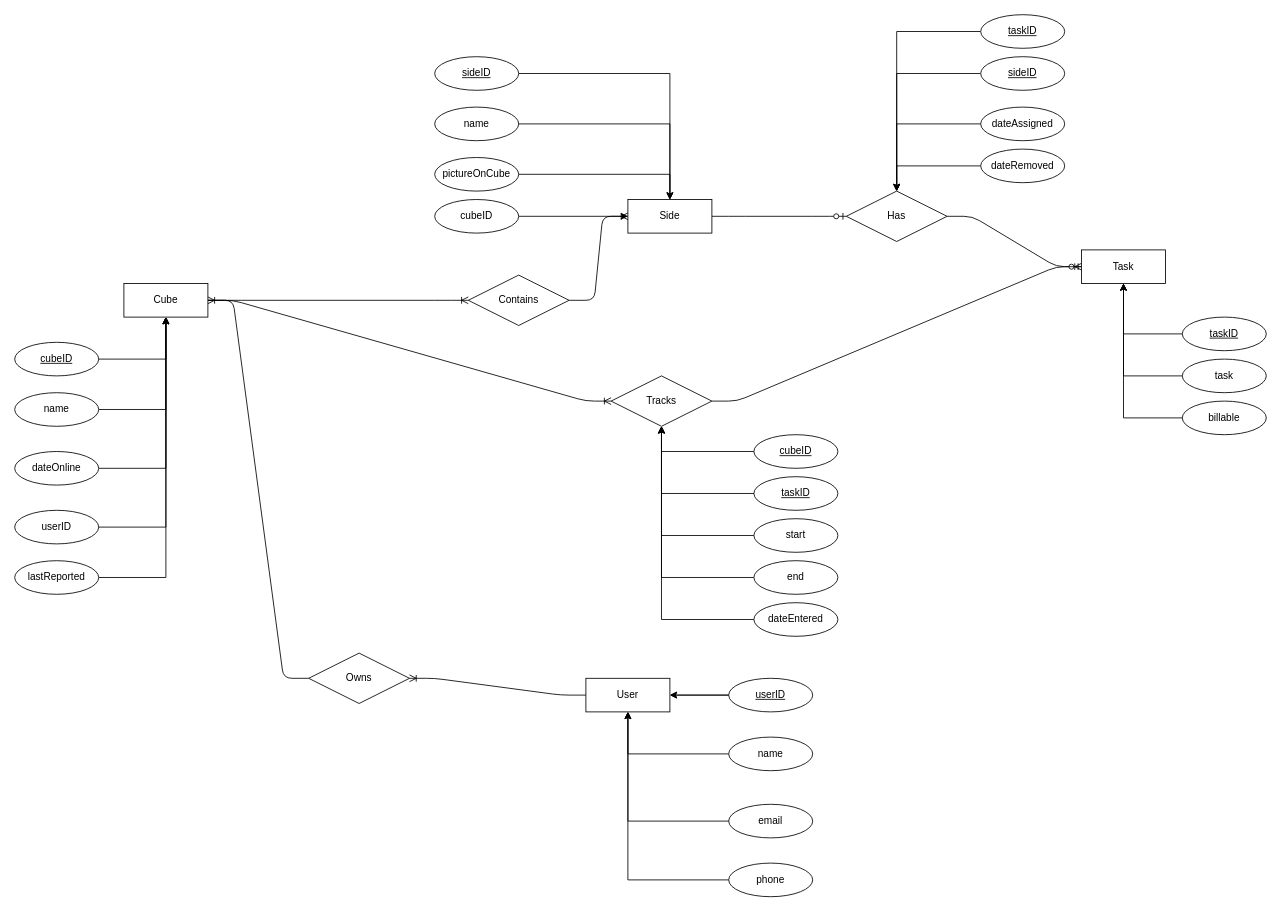
Above: DB Class.drawio in diagonalwalnut/COMP3421 (draw.io), before the change. Source tidied: cells renumbered, new cells numbered last; positions are measured from the earlier drawing's top-left corner, leaving out a move shared by most shapes. Both pictures are drawn from the tidied source at 84%, with x=0, y=0 at pixel (14, 14).
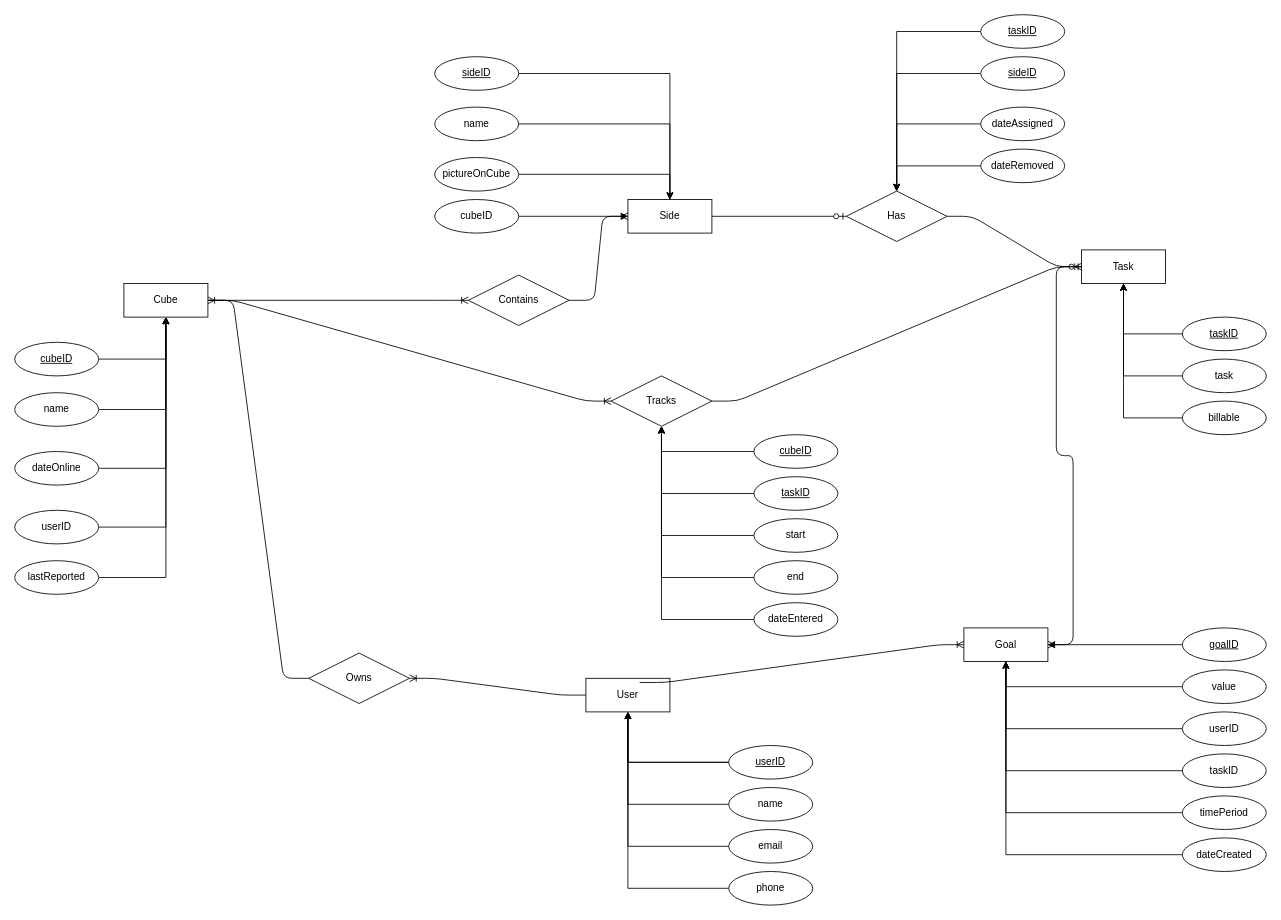
Above is the later version.

The change refers to these unchanged cells:
```xml
<mxCell id="24" value="User" style="whiteSpace=wrap;html=1;align=center;" parent="1" vertex="1">
  <mxGeometry x="680" y="790" width="100" height="40" as="geometry" />
</mxCell>
<mxCell id="25" value="Task" style="whiteSpace=wrap;html=1;align=center;" parent="1" vertex="1">
  <mxGeometry x="1270" y="280" width="100" height="40" as="geometry" />
</mxCell>
```

Diff of the diagram source:
```diff
@@
     <mxCell id="38" value="name" style="ellipse;whiteSpace=wrap;html=1;align=center;" parent="1" vertex="1">
-      <mxGeometry x="850" y="860" width="100" height="40" as="geometry" />
+      <mxGeometry x="850" y="920" width="100" height="40" as="geometry" />
     </mxCell>
@@
     <mxCell id="40" value="email" style="ellipse;whiteSpace=wrap;html=1;align=center;" parent="1" vertex="1">
-      <mxGeometry x="850" y="940" width="100" height="40" as="geometry" />
+      <mxGeometry x="850" y="970" width="100" height="40" as="geometry" />
     </mxCell>
@@
     <mxCell id="42" value="phone" style="ellipse;whiteSpace=wrap;html=1;align=center;" parent="1" vertex="1">
-      <mxGeometry x="850" y="1010" width="100" height="40" as="geometry" />
+      <mxGeometry x="850" y="1020" width="100" height="40" as="geometry" />
     </mxCell>
@@
     <mxCell id="59" value="userID" style="ellipse;whiteSpace=wrap;html=1;align=center;fontStyle=4;" parent="1" vertex="1">
-      <mxGeometry x="850" y="790" width="100" height="40" as="geometry" />
+      <mxGeometry x="850" y="870" width="100" height="40" as="geometry" />
     </mxCell>
@@
+    <mxCell id="69" value="Goal" style="whiteSpace=wrap;html=1;align=center;" parent="1" vertex="1">
+      <mxGeometry x="1130" y="730" width="100" height="40" as="geometry" />
+    </mxCell>
+    <mxCell id="70" style="edgeStyle=orthogonalEdgeStyle;rounded=0;jettySize=auto;html=1;" parent="1" edge="1" source="71" target="69">
+      <mxGeometry relative="1" as="geometry" />
+    </mxCell>
+    <mxCell id="71" value="goalID" style="ellipse;whiteSpace=wrap;html=1;align=center;fontStyle=4;" parent="1" vertex="1">
+      <mxGeometry x="1390" y="730" width="100" height="40" as="geometry" />
+    </mxCell>
+    <mxCell id="72" style="edgeStyle=orthogonalEdgeStyle;rounded=0;jettySize=auto;html=1;" parent="1" edge="1" source="73" target="69">
+      <mxGeometry relative="1" as="geometry" />
+    </mxCell>
+    <mxCell id="73" value="userID" style="ellipse;whiteSpace=wrap;html=1;align=center;" parent="1" vertex="1">
+      <mxGeometry x="1390" y="830" width="100" height="40" as="geometry" />
+    </mxCell>
+    <mxCell id="74" style="edgeStyle=orthogonalEdgeStyle;rounded=0;jettySize=auto;html=1;" parent="1" edge="1" source="75" target="69">
+      <mxGeometry relative="1" as="geometry" />
+    </mxCell>
+    <mxCell id="75" value="taskID" style="ellipse;whiteSpace=wrap;html=1;align=center;" parent="1" vertex="1">
+      <mxGeometry x="1390" y="880" width="100" height="40" as="geometry" />
+    </mxCell>
+    <mxCell id="76" style="edgeStyle=orthogonalEdgeStyle;rounded=0;jettySize=auto;html=1;" parent="1" edge="1" source="77" target="69">
+      <mxGeometry relative="1" as="geometry" />
+    </mxCell>
+    <mxCell id="77" value="timePeriod" style="ellipse;whiteSpace=wrap;html=1;align=center;" parent="1" vertex="1">
+      <mxGeometry x="1390" y="930" width="100" height="40" as="geometry" />
+    </mxCell>
+    <mxCell id="78" style="edgeStyle=orthogonalEdgeStyle;rounded=0;jettySize=auto;html=1;" parent="1" edge="1" source="79" target="69">
+      <mxGeometry relative="1" as="geometry" />
+    </mxCell>
+    <mxCell id="79" value="value" style="ellipse;whiteSpace=wrap;html=1;align=center;" parent="1" vertex="1">
+      <mxGeometry x="1390" y="780" width="100" height="40" as="geometry" />
+    </mxCell>
+    <mxCell id="80" style="edgeStyle=orthogonalEdgeStyle;rounded=0;jettySize=auto;html=1;" parent="1" edge="1" source="81" target="69">
+      <mxGeometry relative="1" as="geometry" />
+    </mxCell>
+    <mxCell id="81" value="dateCreated" style="ellipse;whiteSpace=wrap;html=1;align=center;" parent="1" vertex="1">
+      <mxGeometry x="1390" y="980" width="100" height="40" as="geometry" />
+    </mxCell>
+    <mxCell id="82" style="edgeStyle=entityRelationEdgeStyle;fontSize=12;html=1;endArrow=ERoneToMany;exitX=0.64;exitY=0.125;exitDx=0;exitDy=0;exitPerimeter=0;" parent="1" edge="1" source="24" target="69">
+      <mxGeometry relative="1" as="geometry" />
+    </mxCell>
+    <mxCell id="83" style="edgeStyle=entityRelationEdgeStyle;fontSize=12;html=1;endArrow=ERoneToMany;" parent="1" edge="1" source="25" target="69">
+      <mxGeometry relative="1" as="geometry" />
+    </mxCell>
```
